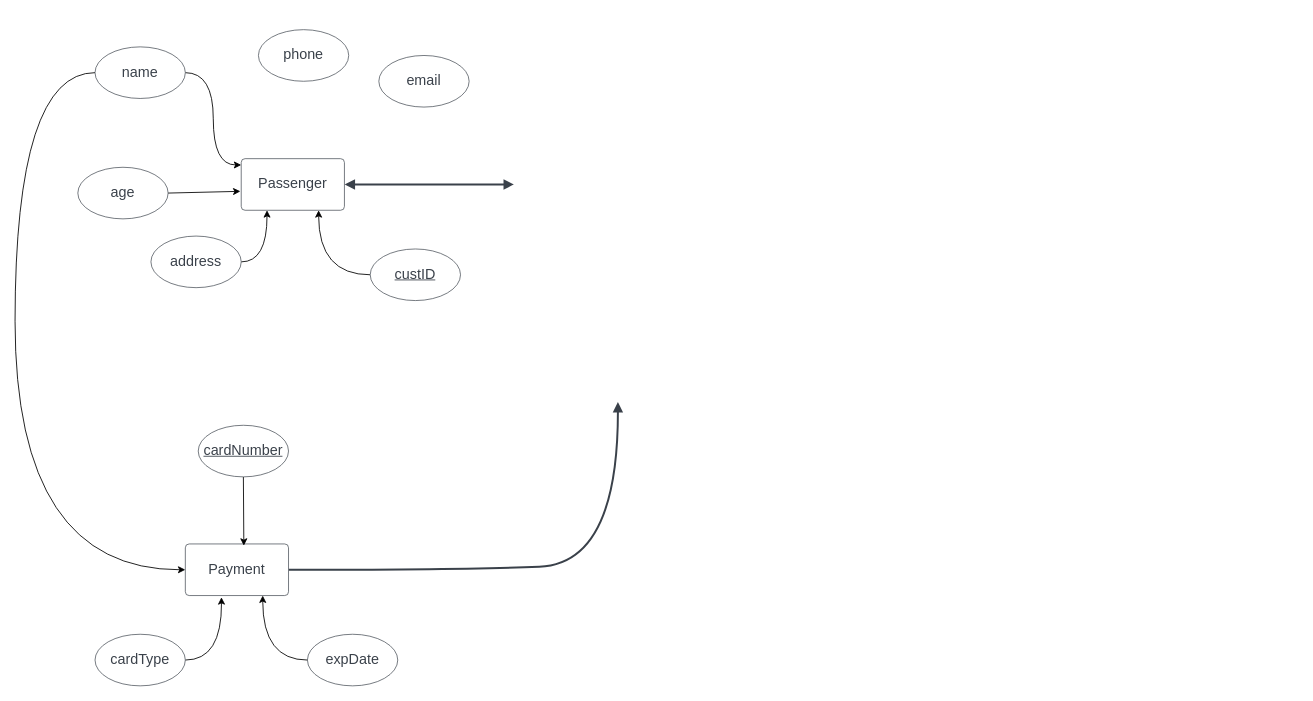
The draw.io diagram Airline_E-R.drawio in hey-emac/CSE5720-Databases, before the edit. Source tidied: cells renumbered, new cells numbered last; positions are measured from the earlier drawing's top-left corner, leaving out a move shared by most shapes. Both pictures are drawn from the tidied source at 86%, with x=0, y=0 at pixel (15, 29).
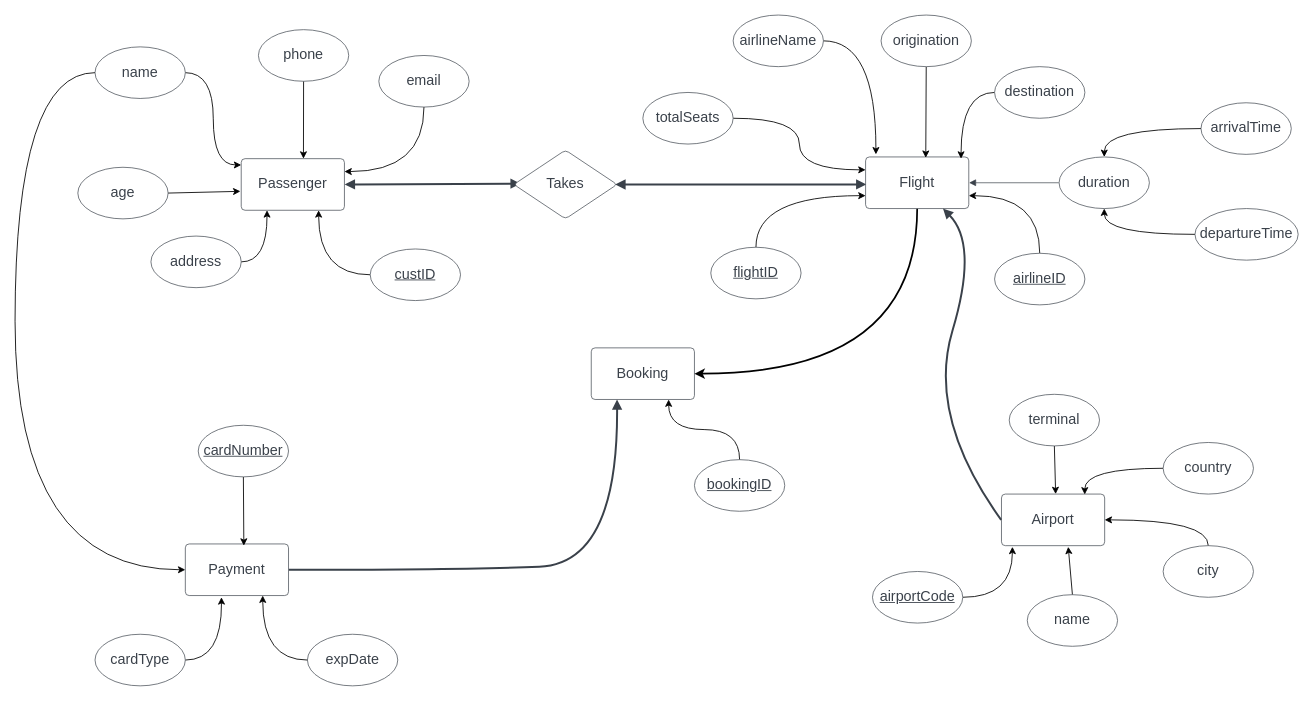
The same page after the edit.

Unchanged cells that the change refers to:
```xml
<mxCell id="2" value="Passenger" style="html=1;overflow=block;blockSpacing=1;whiteSpace=wrap;fontSize=16.7;fontColor=#3a414a;spacing=3.8;strokeColor=#3a414a;strokeOpacity=100;rounded=1;absoluteArcSize=1;arcSize=9;strokeWidth=0.8;lucidId=aqNc.QvGIdN3;" parent="1" vertex="1">
  <mxGeometry x="263" y="150" width="120" height="60" as="geometry" />
</mxCell>
<mxCell id="5" value="email" style="html=1;overflow=block;blockSpacing=1;whiteSpace=wrap;ellipse;fontSize=16.7;fontColor=#3a414a;spacing=3.8;strokeColor=#3a414a;strokeOpacity=100;rounded=1;absoluteArcSize=1;arcSize=9;strokeWidth=0.8;lucidId=YsNcjigjqjcq;" parent="1" vertex="1">
  <mxGeometry x="423" y="30" width="105" height="60" as="geometry" />
</mxCell>
<mxCell id="13" value="phone" style="html=1;overflow=block;blockSpacing=1;whiteSpace=wrap;ellipse;fontSize=16.7;fontColor=#3a414a;spacing=3.8;strokeColor=#3a414a;strokeOpacity=100;rounded=1;absoluteArcSize=1;arcSize=9;strokeWidth=0.8;lucidId=vvNc4~N1PwmI;" parent="1" vertex="1">
  <mxGeometry x="283" width="105" height="60" as="geometry" />
</mxCell>
<mxCell id="15" value="Payment" style="html=1;overflow=block;blockSpacing=1;whiteSpace=wrap;fontSize=16.7;fontColor=#3a414a;spacing=3.8;strokeColor=#3a414a;strokeOpacity=100;rounded=1;absoluteArcSize=1;arcSize=9;strokeWidth=0.8;lucidId=lpNcRj1GLu4f;" parent="1" vertex="1">
  <mxGeometry x="198" y="598" width="120" height="60" as="geometry" />
</mxCell>
```

The edit, as a diff of the source:
```diff
@@
+    <mxCell id="23" style="edgeStyle=orthogonalEdgeStyle;curved=1;rounded=0;jettySize=auto;html=1;exitX=0.5;exitY=1;exitDx=0;exitDy=0;entryX=1;entryY=0.25;entryDx=0;entryDy=0;" parent="1" edge="1" source="5" target="2">
+      <mxGeometry relative="1" as="geometry" />
+    </mxCell>
@@
+    <mxCell id="24" style="rounded=0;jettySize=auto;html=1;exitX=0.5;exitY=1;exitDx=0;exitDy=0;entryX=0.603;entryY=0;entryDx=0;entryDy=0;entryPerimeter=0;" parent="1" edge="1" source="13" target="2">
+      <mxGeometry relative="1" as="geometry" />
+    </mxCell>
@@
-    <mxCell id="14" style="html=1;jettySize=18;whiteSpace=wrap;fontSize=13;strokeColor=#3a414a;strokeOpacity=100;strokeWidth=2.3;rounded=1;arcSize=12;curved=1;startArrow=block;startFill=1;endArrow=block;endFill=1;exitX=1.003;exitY=0.5;exitPerimeter=0;entryX=0.017;entryY=0.5;entryPerimeter=0;lucidId=9LNcIPM_MifU;" parent="1" edge="1" source="2">
-      <mxGeometry relative="1" as="geometry">
-        <mxPoint x="580" y="180" as="targetPoint" />
-        <Array as="points">
-          <mxPoint x="571" y="180" />
-          <mxPoint x="393" y="180" />
-        </Array>
-      </mxGeometry>
+    <mxCell id="14" style="html=1;jettySize=18;whiteSpace=wrap;fontSize=13;strokeColor=#3a414a;strokeOpacity=100;strokeWidth=2.3;rounded=1;arcSize=12;startArrow=block;startFill=1;endArrow=block;endFill=1;exitX=1.003;exitY=0.5;exitPerimeter=0;entryX=0.067;entryY=0.488;lucidId=9LNcIPM_MifU;entryDx=0;entryDy=0;entryPerimeter=0;" parent="1" edge="1" source="2" target="25">
+      <mxGeometry relative="1" as="geometry" />
     </mxCell>
@@
-    <mxCell id="22" style="html=1;jettySize=18;whiteSpace=wrap;fontSize=13;strokeColor=#3a414a;strokeOpacity=100;strokeWidth=2.3;rounded=1;arcSize=12;curved=1;startArrow=none;endArrow=block;endFill=1;exitX=1.003;exitY=0.5;exitPerimeter=0;entryX=0.217;entryY=1.006;entryPerimeter=0;lucidId=SKNcfHXY8eeW;" parent="1" edge="1" source="15">
+    <mxCell id="22" style="html=1;jettySize=18;whiteSpace=wrap;fontSize=13;strokeColor=#3a414a;strokeOpacity=100;strokeWidth=2.3;rounded=1;arcSize=12;curved=1;startArrow=none;endArrow=block;endFill=1;exitX=1.003;exitY=0.5;exitPerimeter=0;entryX=0.25;entryY=1;lucidId=SKNcfHXY8eeW;entryDx=0;entryDy=0;" parent="1" edge="1" source="15" target="27">
       <mxGeometry relative="1" as="geometry">
-        <mxPoint x="701" y="433" as="targetPoint" />
         <Array as="points">
           <mxPoint x="518" y="628" />
           <mxPoint x="701" y="621" />
         </Array>
       </mxGeometry>
     </mxCell>
+    <mxCell id="25" value="Takes" style="html=1;overflow=block;blockSpacing=1;whiteSpace=wrap;rhombus;fontSize=16.7;fontColor=#3a414a;spacing=3.8;strokeColor=#3a414a;strokeOpacity=100;rounded=1;absoluteArcSize=1;arcSize=9;strokeWidth=0.8;lucidId=qyNc~ZMIQQ0_;" parent="1" vertex="1">
+      <mxGeometry x="580" y="140" width="120" height="80" as="geometry" />
+    </mxCell>
+    <mxCell id="26" style="html=1;jettySize=18;whiteSpace=wrap;fontSize=13;strokeColor=#3a414a;strokeOpacity=100;strokeWidth=2.3;rounded=1;arcSize=12;startArrow=block;startFill=1;endArrow=block;endFill=1;entryX=0.983;entryY=0.5;entryPerimeter=0;lucidId=GLNc25_vTNub;exitX=0.008;exitY=0.533;exitDx=0;exitDy=0;exitPerimeter=0;" parent="1" edge="1" source="31" target="25">
+      <mxGeometry relative="1" as="geometry" />
+    </mxCell>
+    <mxCell id="27" value="Booking" style="html=1;overflow=block;blockSpacing=1;whiteSpace=wrap;fontSize=16.7;fontColor=#3a414a;spacing=3.8;strokeColor=#3a414a;strokeOpacity=100;rounded=1;absoluteArcSize=1;arcSize=9;strokeWidth=0.8;lucidId=OpNcdoUo6~mx;" parent="1" vertex="1">
+      <mxGeometry x="670" y="370" width="120" height="60" as="geometry" />
+    </mxCell>
+    <mxCell id="28" style="edgeStyle=orthogonalEdgeStyle;curved=1;rounded=0;jettySize=auto;html=1;exitX=0.5;exitY=0;exitDx=0;exitDy=0;entryX=0.75;entryY=1;entryDx=0;entryDy=0;" parent="1" edge="1" source="29" target="27">
+      <mxGeometry relative="1" as="geometry" />
+    </mxCell>
+    <mxCell id="29" value="bookingID" style="html=1;overflow=block;blockSpacing=1;whiteSpace=wrap;ellipse;fontSize=16.7;fontColor=#3a414a;fontStyle=4;spacing=3.8;strokeColor=#3a414a;strokeOpacity=100;rounded=1;absoluteArcSize=1;arcSize=9;strokeWidth=0.8;lucidId=OSNc3c5_jZG.;" parent="1" vertex="1">
+      <mxGeometry x="790" y="500" width="105" height="60" as="geometry" />
+    </mxCell>
+    <mxCell id="30" style="edgeStyle=orthogonalEdgeStyle;curved=1;rounded=0;jettySize=auto;html=1;exitX=0.5;exitY=1;exitDx=0;exitDy=0;entryX=1;entryY=0.5;entryDx=0;entryDy=0;strokeWidth=2;" parent="1" edge="1" source="31" target="27">
+      <mxGeometry relative="1" as="geometry" />
+    </mxCell>
+    <mxCell id="31" value="Flight" style="html=1;overflow=block;blockSpacing=1;whiteSpace=wrap;fontSize=16.7;fontColor=#3a414a;spacing=3.8;strokeColor=#3a414a;strokeOpacity=100;rounded=1;absoluteArcSize=1;arcSize=9;strokeWidth=0.8;lucidId=6pNc3QVuZb0X;" parent="1" vertex="1">
+      <mxGeometry x="989" y="148" width="120" height="60" as="geometry" />
+    </mxCell>
+    <mxCell id="32" style="edgeStyle=orthogonalEdgeStyle;curved=1;rounded=0;jettySize=auto;html=1;exitX=0.5;exitY=0;exitDx=0;exitDy=0;entryX=1;entryY=0.75;entryDx=0;entryDy=0;" parent="1" edge="1" source="33" target="31">
+      <mxGeometry relative="1" as="geometry" />
+    </mxCell>
+    <mxCell id="33" value="airlineID" style="html=1;overflow=block;blockSpacing=1;whiteSpace=wrap;ellipse;fontSize=16.7;fontColor=#3a414a;fontStyle=4;spacing=3.8;strokeColor=#3a414a;strokeOpacity=100;rounded=1;absoluteArcSize=1;arcSize=9;strokeWidth=0.8;lucidId=ExNcdhuQavL7;" parent="1" vertex="1">
+      <mxGeometry x="1139" y="260" width="105" height="60" as="geometry" />
+    </mxCell>
+    <mxCell id="34" style="edgeStyle=orthogonalEdgeStyle;curved=1;rounded=0;jettySize=auto;html=1;exitX=1;exitY=0.5;exitDx=0;exitDy=0;entryX=0.1;entryY=-0.05;entryDx=0;entryDy=0;entryPerimeter=0;" parent="1" edge="1" source="35" target="31">
+      <mxGeometry relative="1" as="geometry" />
+    </mxCell>
+    <mxCell id="35" value="airlineName" style="html=1;overflow=block;blockSpacing=1;whiteSpace=wrap;ellipse;fontSize=16.7;fontColor=#3a414a;spacing=3.8;strokeColor=#3a414a;strokeOpacity=100;rounded=1;absoluteArcSize=1;arcSize=9;strokeWidth=0.8;lucidId=GxNc~WkzNOtI;" parent="1" vertex="1">
+      <mxGeometry x="835" y="-17" width="105" height="60" as="geometry" />
+    </mxCell>
+    <mxCell id="36" style="edgeStyle=orthogonalEdgeStyle;curved=1;rounded=0;jettySize=auto;html=1;exitX=0.5;exitY=0;exitDx=0;exitDy=0;entryX=0;entryY=0.75;entryDx=0;entryDy=0;" parent="1" edge="1" source="37" target="31">
+      <mxGeometry relative="1" as="geometry" />
+    </mxCell>
+    <mxCell id="37" value="flightID" style="html=1;overflow=block;blockSpacing=1;whiteSpace=wrap;ellipse;fontSize=16.7;fontColor=#3a414a;fontStyle=4;spacing=3.8;strokeColor=#3a414a;strokeOpacity=100;rounded=1;absoluteArcSize=1;arcSize=9;strokeWidth=0.8;lucidId=HxNcNYUg1prw;" parent="1" vertex="1">
+      <mxGeometry x="809" y="253" width="105" height="60" as="geometry" />
+    </mxCell>
+    <mxCell id="38" value="duration" style="html=1;overflow=block;blockSpacing=1;whiteSpace=wrap;ellipse;fontSize=16.7;fontColor=#3a414a;spacing=3.8;strokeColor=#3a414a;strokeOpacity=100;rounded=1;absoluteArcSize=1;arcSize=9;strokeWidth=0.8;lucidId=LxNcRak1pqrY;" parent="1" vertex="1">
+      <mxGeometry x="1214" y="148" width="105" height="60" as="geometry" />
+    </mxCell>
+    <mxCell id="39" style="edgeStyle=orthogonalEdgeStyle;curved=1;rounded=0;jettySize=auto;html=1;exitX=0;exitY=0.5;exitDx=0;exitDy=0;entryX=0.5;entryY=0;entryDx=0;entryDy=0;" parent="1" edge="1" source="40" target="38">
+      <mxGeometry relative="1" as="geometry" />
+    </mxCell>
+    <mxCell id="40" value="arrivalTime" style="html=1;overflow=block;blockSpacing=1;whiteSpace=wrap;ellipse;fontSize=16.7;fontColor=#3a414a;spacing=3.8;strokeColor=#3a414a;strokeOpacity=100;rounded=1;absoluteArcSize=1;arcSize=9;strokeWidth=0.8;lucidId=MxNckPF1vR0r;" parent="1" vertex="1">
+      <mxGeometry x="1379" y="85" width="105" height="60" as="geometry" />
+    </mxCell>
+    <mxCell id="41" style="edgeStyle=orthogonalEdgeStyle;curved=1;rounded=0;jettySize=auto;html=1;exitX=0;exitY=0.5;exitDx=0;exitDy=0;entryX=0.5;entryY=1;entryDx=0;entryDy=0;" parent="1" edge="1" source="42" target="38">
+      <mxGeometry relative="1" as="geometry" />
+    </mxCell>
+    <mxCell id="42" value="departureTime" style="html=1;overflow=block;blockSpacing=1;whiteSpace=wrap;ellipse;fontSize=16.7;fontColor=#3a414a;spacing=3.8;strokeColor=#3a414a;strokeOpacity=100;rounded=1;absoluteArcSize=1;arcSize=9;strokeWidth=0.8;lucidId=PxNca21PL4P9;" parent="1" vertex="1">
+      <mxGeometry x="1372" y="208" width="120" height="60" as="geometry" />
+    </mxCell>
+    <mxCell id="43" style="edgeStyle=orthogonalEdgeStyle;curved=1;rounded=0;jettySize=auto;html=1;exitX=0;exitY=0.5;exitDx=0;exitDy=0;entryX=0.925;entryY=0.033;entryDx=0;entryDy=0;entryPerimeter=0;" parent="1" edge="1" source="44" target="31">
+      <mxGeometry relative="1" as="geometry" />
+    </mxCell>
+    <mxCell id="44" value="destination" style="html=1;overflow=block;blockSpacing=1;whiteSpace=wrap;ellipse;fontSize=16.7;fontColor=#3a414a;spacing=3.8;strokeColor=#3a414a;strokeOpacity=100;rounded=1;absoluteArcSize=1;arcSize=9;strokeWidth=0.8;lucidId=TxNcii9MS.~F;" parent="1" vertex="1">
+      <mxGeometry x="1139" y="43" width="105" height="60" as="geometry" />
+    </mxCell>
+    <mxCell id="45" style="rounded=0;jettySize=auto;html=1;exitX=0.5;exitY=1;exitDx=0;exitDy=0;entryX=0.583;entryY=0.017;entryDx=0;entryDy=0;entryPerimeter=0;" parent="1" edge="1" source="46" target="31">
+      <mxGeometry relative="1" as="geometry" />
+    </mxCell>
+    <mxCell id="46" value="origination" style="html=1;overflow=block;blockSpacing=1;whiteSpace=wrap;ellipse;fontSize=16.7;fontColor=#3a414a;spacing=3.8;strokeColor=#3a414a;strokeOpacity=100;rounded=1;absoluteArcSize=1;arcSize=9;strokeWidth=0.8;lucidId=WxNcvhmldvWh;" parent="1" vertex="1">
+      <mxGeometry x="1007" y="-17" width="105" height="60" as="geometry" />
+    </mxCell>
+    <mxCell id="47" style="edgeStyle=orthogonalEdgeStyle;curved=1;rounded=0;jettySize=auto;html=1;exitX=1;exitY=0.5;exitDx=0;exitDy=0;entryX=0;entryY=0.25;entryDx=0;entryDy=0;" parent="1" edge="1" source="48" target="31">
+      <mxGeometry relative="1" as="geometry" />
+    </mxCell>
+    <mxCell id="48" value="totalSeats" style="html=1;overflow=block;blockSpacing=1;whiteSpace=wrap;ellipse;fontSize=16.7;fontColor=#3a414a;spacing=3.8;strokeColor=#3a414a;strokeOpacity=100;rounded=1;absoluteArcSize=1;arcSize=9;strokeWidth=0.8;lucidId=gyNcrp0MGOLp;" parent="1" vertex="1">
+      <mxGeometry x="730" y="73" width="105" height="60" as="geometry" />
+    </mxCell>
+    <mxCell id="49" style="html=1;jettySize=18;whiteSpace=wrap;fontSize=13;strokeColor=#3a414a;strokeOpacity=100;strokeWidth=0.8;rounded=1;arcSize=12;startArrow=none;endArrow=block;endFill=1;exitX=-0.004;exitY=0.5;exitPerimeter=0;entryX=1.003;entryY=0.5;entryPerimeter=0;lucidId=1NNcPXiJjIuR;" parent="1" edge="1" source="38" target="31">
+      <mxGeometry relative="1" as="geometry" />
+    </mxCell>
+    <mxCell id="50" value="Airport" style="html=1;overflow=block;blockSpacing=1;whiteSpace=wrap;fontSize=16.7;fontColor=#3a414a;spacing=3.8;strokeColor=#3a414a;strokeOpacity=100;rounded=1;absoluteArcSize=1;arcSize=9;strokeWidth=0.8;lucidId=XpNcnbHsu2I8;" parent="1" vertex="1">
+      <mxGeometry x="1147" y="540" width="120" height="60" as="geometry" />
+    </mxCell>
+    <mxCell id="51" style="edgeStyle=orthogonalEdgeStyle;curved=1;rounded=0;jettySize=auto;html=1;exitX=1;exitY=0.5;exitDx=0;exitDy=0;entryX=0.106;entryY=1.022;entryDx=0;entryDy=0;entryPerimeter=0;" parent="1" edge="1" source="52" target="50">
+      <mxGeometry relative="1" as="geometry" />
+    </mxCell>
+    <mxCell id="52" value="airportCode" style="html=1;overflow=block;blockSpacing=1;whiteSpace=wrap;ellipse;fontSize=16.7;fontColor=#3a414a;fontStyle=4;spacing=3.8;strokeColor=#3a414a;strokeOpacity=100;rounded=1;absoluteArcSize=1;arcSize=9;strokeWidth=0.8;lucidId=IFNcp1_tWmTx;" parent="1" vertex="1">
+      <mxGeometry x="997" y="630" width="105" height="60" as="geometry" />
+    </mxCell>
+    <mxCell id="53" style="rounded=0;jettySize=auto;html=1;exitX=0.5;exitY=0;exitDx=0;exitDy=0;entryX=0.647;entryY=1.022;entryDx=0;entryDy=0;entryPerimeter=0;" parent="1" edge="1" source="54" target="50">
+      <mxGeometry relative="1" as="geometry" />
+    </mxCell>
+    <mxCell id="54" value="name" style="html=1;overflow=block;blockSpacing=1;whiteSpace=wrap;ellipse;fontSize=16.7;fontColor=#3a414a;spacing=3.8;strokeColor=#3a414a;strokeOpacity=100;rounded=1;absoluteArcSize=1;arcSize=9;strokeWidth=0.8;lucidId=JFNc0W~syJPr;" parent="1" vertex="1">
+      <mxGeometry x="1177" y="657" width="105" height="60" as="geometry" />
+    </mxCell>
+    <mxCell id="55" style="edgeStyle=orthogonalEdgeStyle;curved=1;rounded=0;jettySize=auto;html=1;exitX=0.5;exitY=0;exitDx=0;exitDy=0;entryX=1;entryY=0.5;entryDx=0;entryDy=0;" parent="1" edge="1" source="56" target="50">
+      <mxGeometry relative="1" as="geometry" />
+    </mxCell>
+    <mxCell id="56" value="city" style="html=1;overflow=block;blockSpacing=1;whiteSpace=wrap;ellipse;fontSize=16.7;fontColor=#3a414a;spacing=3.8;strokeColor=#3a414a;strokeOpacity=100;rounded=1;absoluteArcSize=1;arcSize=9;strokeWidth=0.8;lucidId=LFNczyo2LWNQ;" parent="1" vertex="1">
+      <mxGeometry x="1335" y="600" width="105" height="60" as="geometry" />
+    </mxCell>
+    <mxCell id="57" style="edgeStyle=orthogonalEdgeStyle;curved=1;rounded=0;jettySize=auto;html=1;exitX=0;exitY=0.5;exitDx=0;exitDy=0;entryX=0.807;entryY=0.008;entryDx=0;entryDy=0;entryPerimeter=0;" parent="1" edge="1" source="58" target="50">
+      <mxGeometry relative="1" as="geometry" />
+    </mxCell>
+    <mxCell id="58" value="country" style="html=1;overflow=block;blockSpacing=1;whiteSpace=wrap;ellipse;fontSize=16.7;fontColor=#3a414a;spacing=3.8;strokeColor=#3a414a;strokeOpacity=100;rounded=1;absoluteArcSize=1;arcSize=9;strokeWidth=0.8;lucidId=NFNcLxSUcEcz;" parent="1" vertex="1">
+      <mxGeometry x="1335" y="480" width="105" height="60" as="geometry" />
+    </mxCell>
+    <mxCell id="59" style="rounded=0;jettySize=auto;html=1;exitX=0.5;exitY=1;exitDx=0;exitDy=0;" parent="1" edge="1" source="60">
+      <mxGeometry relative="1" as="geometry">
+        <mxPoint x="1210" y="540" as="targetPoint" />
+      </mxGeometry>
+    </mxCell>
+    <mxCell id="60" value="terminal" style="html=1;overflow=block;blockSpacing=1;whiteSpace=wrap;ellipse;fontSize=16.7;fontColor=#3a414a;spacing=3.8;strokeColor=#3a414a;strokeOpacity=100;rounded=1;absoluteArcSize=1;arcSize=9;strokeWidth=0.8;lucidId=hGNcCbhvQR60;" parent="1" vertex="1">
+      <mxGeometry x="1156" y="424" width="105" height="60" as="geometry" />
+    </mxCell>
+    <mxCell id="61" style="html=1;jettySize=18;whiteSpace=wrap;fontSize=13;strokeColor=#3a414a;strokeOpacity=100;strokeWidth=2.3;rounded=1;arcSize=12;curved=1;startArrow=none;endArrow=block;endFill=1;exitX=-0.003;exitY=0.5;exitPerimeter=0;lucidId=hLNcH0J4GO6d;entryX=0.75;entryY=1;entryDx=0;entryDy=0;" parent="1" edge="1" source="50" target="31">
+      <mxGeometry relative="1" as="geometry">
+        <Array as="points">
+          <mxPoint x="1060" y="450" />
+          <mxPoint x="1120" y="250" />
+        </Array>
+      </mxGeometry>
+    </mxCell>
```
